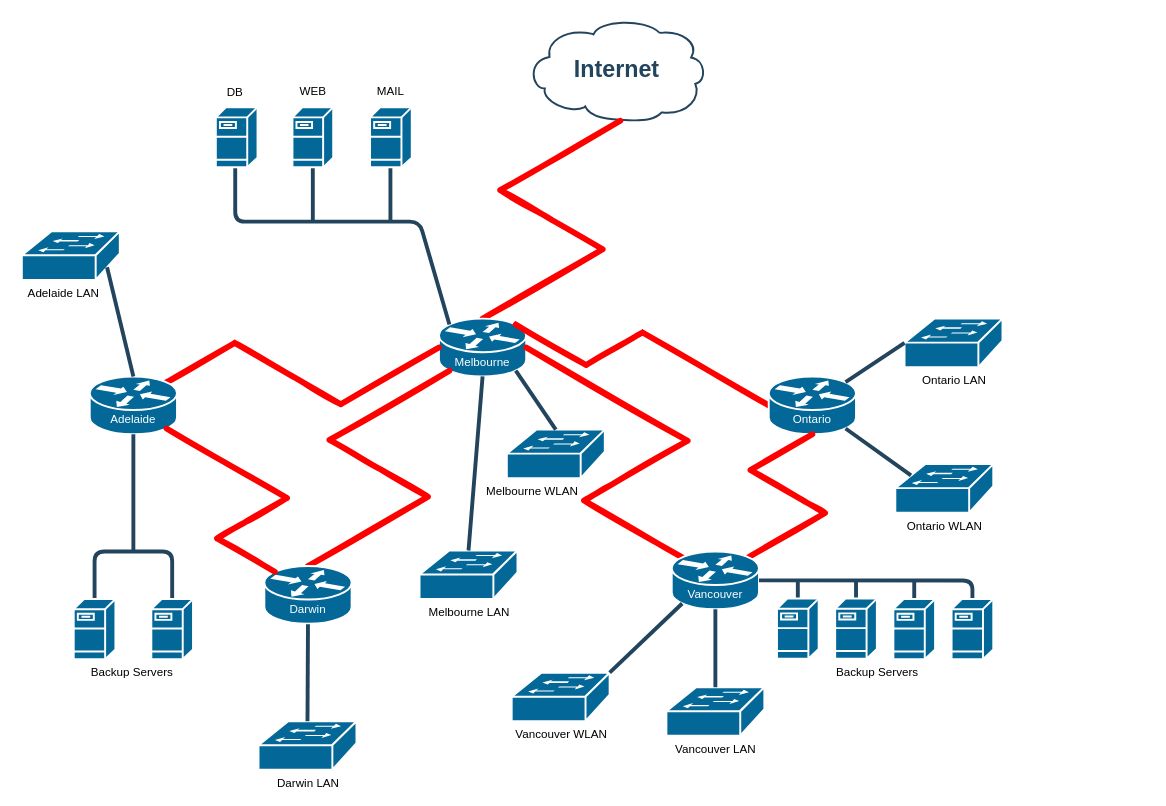
The draw.io diagram Untitled Diagram.drawio in FluffyTrooper2001/flippy-floppy, before the edit. Source tidied: cells renumbered, new cells numbered last; positions are measured from the earlier drawing's top-left corner, leaving out a move shared by most shapes. Both pictures are drawn from the tidied source at 97%, with x=0, y=0 at pixel (21, 17).
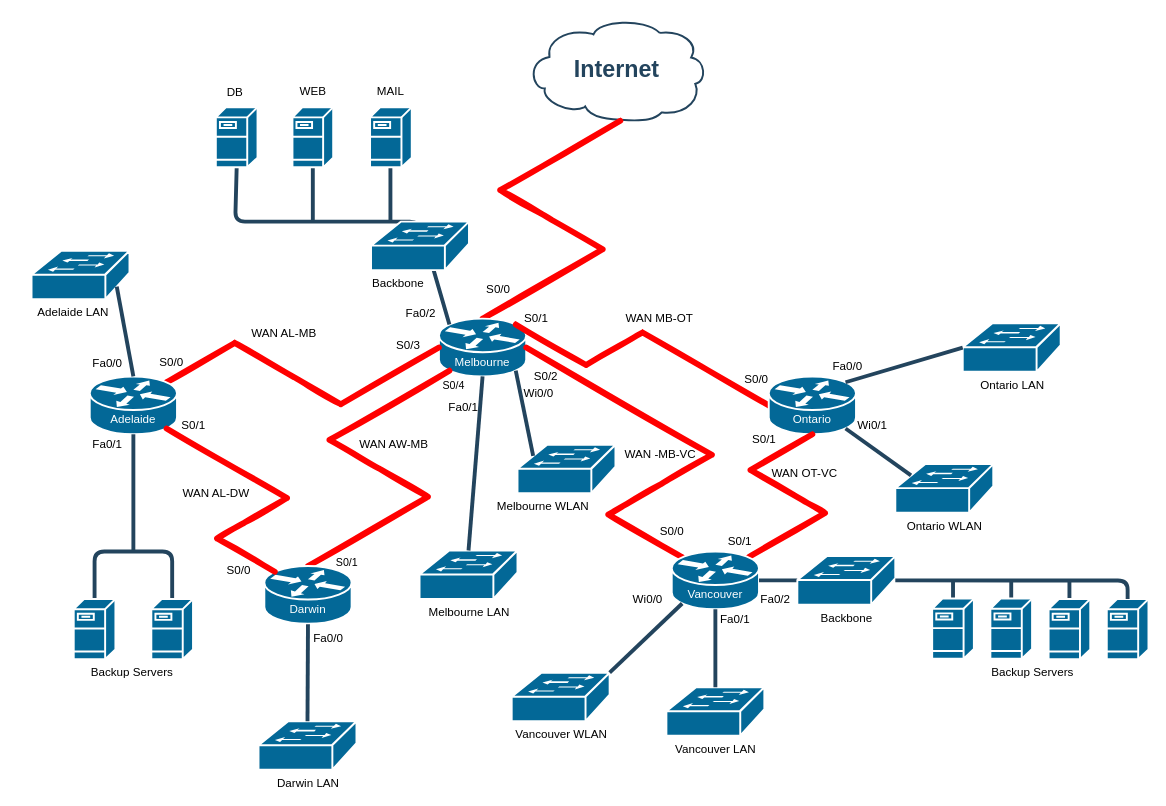
After the change.

Unchanged cells that the change refers to:
```xml
<mxCell id="4" style="shape=mxgraph.cisco.routers.router;html=1;dashed=0;fillColor=#036897;strokeColor=#ffffff;strokeWidth=2;verticalLabelPosition=bottom;verticalAlign=top;align=center;outlineConnect=0;" parent="1" vertex="1">
  <mxGeometry x="430" y="310" width="90" height="59.6" as="geometry" />
</mxCell>
<mxCell id="9" style="shape=mxgraph.cisco.routers.router;html=1;dashed=0;fillColor=#036897;strokeColor=#ffffff;strokeWidth=2;verticalLabelPosition=bottom;verticalAlign=top;align=center;outlineConnect=0;" parent="1" vertex="1">
  <mxGeometry x="670" y="550" width="90" height="59.6" as="geometry" />
</mxCell>
<mxCell id="11" style="edgeStyle=isometricEdgeStyle;rounded=0;jettySize=auto;html=1;strokeColor=#FF0000;strokeWidth=6;endArrow=none;endFill=0;sketch=1;entryX=0.12;entryY=0.9;entryDx=0;entryDy=0;entryPerimeter=0;exitX=0.5;exitY=0;exitDx=0;exitDy=0;exitPerimeter=0;" parent="1" edge="1" source="20" target="4">
  <mxGeometry relative="1" as="geometry" />
</mxCell>
<mxCell id="29" style="shape=mxgraph.cisco.servers.fileserver;html=1;dashed=0;fillColor=#036897;strokeColor=#ffffff;strokeWidth=2;verticalLabelPosition=bottom;verticalAlign=top;align=center;outlineConnect=0;" parent="1" vertex="1">
  <mxGeometry x="200" y="92" width="43" height="62" as="geometry" />
</mxCell>
```

The edit, as a diff of the source:
```diff
@@
     <mxCell id="7" style="edgeStyle=isometricEdgeStyle;rounded=0;jettySize=auto;html=1;strokeColor=#FF0000;strokeWidth=6;endArrow=none;endFill=0;sketch=1;elbow=vertical;entryX=1;entryY=0.5;entryDx=0;entryDy=0;entryPerimeter=0;exitX=0.12;exitY=0.1;exitDx=0;exitDy=0;exitPerimeter=0;" parent="1" edge="1" source="9" target="4">
       <mxGeometry relative="1" as="geometry">
         <Array as="points">
-          <mxPoint x="610" y="480" />
+          <mxPoint x="660" y="480" />
         </Array>
       </mxGeometry>
     </mxCell>
@@
+    <mxCell id="57" value="S0/4" style="edgeLabel;html=1;align=center;verticalAlign=middle;fontColor=#000000;" parent="11" vertex="1">
+      <mxGeometry x="0.86" y="-10" relative="1" as="geometry">
+        <mxPoint x="23" y="-8" as="offset" />
+      </mxGeometry>
+    </mxCell>
+    <mxCell id="58" value="S0/1" style="edgeLabel;html=1;align=center;verticalAlign=middle;fontColor=#000000;" parent="11" vertex="1">
+      <mxGeometry x="-0.8" y="-10" relative="1" as="geometry">
+        <mxPoint y="7" as="offset" />
+      </mxGeometry>
+    </mxCell>
-    <mxCell id="12" style="elbow=horizontal;endArrow=none;html=1;strokeColor=#23445D;endFill=0;strokeWidth=4;rounded=1;entryX=0.12;entryY=0.1;entryDx=0;entryDy=0;entryPerimeter=0;" parent="1" edge="1" target="4">
+    <mxCell id="12" style="elbow=horizontal;endArrow=none;html=1;strokeColor=#23445D;endFill=0;strokeWidth=4;rounded=1;entryX=0.12;entryY=0.1;entryDx=0;entryDy=0;entryPerimeter=0;startArrow=none;exitX=0.5;exitY=1;exitDx=0;exitDy=0;exitPerimeter=0;" parent="1" edge="1" source="29" target="4">
       <mxGeometry relative="1" as="geometry">
-        <mxPoint x="220" y="150" as="sourcePoint" />
         <Array as="points">
           <mxPoint x="220" y="210" />
           <mxPoint x="410" y="210" />
         </Array>
       </mxGeometry>
     </mxCell>
@@
-    <mxCell id="25" style="elbow=horizontal;endArrow=none;html=1;strokeColor=#23445D;endFill=0;strokeWidth=4;rounded=1;entryX=1;entryY=0.5;entryDx=0;entryDy=0;entryPerimeter=0;fontColor=#FFFFFF;" parent="1" edge="1" source="37" target="9">
-      <mxGeometry relative="1" as="geometry">
-        <Array as="points">
-          <mxPoint x="980" y="580" />
-        </Array>
-      </mxGeometry>
+    <mxCell id="25" style="elbow=horizontal;endArrow=none;html=1;strokeColor=#23445D;endFill=0;strokeWidth=4;rounded=1;entryX=1;entryY=0.5;entryDx=0;entryDy=0;entryPerimeter=0;fontColor=#FFFFFF;startArrow=none;" parent="1" edge="1" source="62" target="9">
+      <mxGeometry relative="1" as="geometry" />
     </mxCell>
     <mxCell id="26" style="elbow=horizontal;endArrow=none;html=1;strokeColor=#23445D;endFill=0;strokeWidth=4;rounded=1;fontColor=#FFFFFF;" parent="1" edge="1" source="38">
       <mxGeometry relative="1" as="geometry">
-        <mxPoint x="920" y="580" as="targetPoint" />
+        <mxPoint x="1080" y="580" as="targetPoint" />
       </mxGeometry>
     </mxCell>
     <mxCell id="27" style="elbow=horizontal;endArrow=none;html=1;strokeColor=#23445D;endFill=0;strokeWidth=4;rounded=1;fontColor=#FFFFFF;" parent="1" edge="1" source="39">
       <mxGeometry relative="1" as="geometry">
-        <mxPoint x="860" y="579.6" as="targetPoint" />
+        <mxPoint x="1020" y="579.6" as="targetPoint" />
       </mxGeometry>
     </mxCell>
     <mxCell id="28" style="elbow=horizontal;endArrow=none;html=1;strokeColor=#23445D;endFill=0;strokeWidth=4;rounded=1;fontColor=#FFFFFF;" parent="1" edge="1" source="40">
       <mxGeometry relative="1" as="geometry">
-        <mxPoint x="800" y="579.6" as="targetPoint" />
+        <mxPoint x="960" y="579.6" as="targetPoint" />
       </mxGeometry>
     </mxCell>
@@
     <mxCell id="37" style="shape=mxgraph.cisco.servers.fileserver;html=1;dashed=0;fillColor=#036897;strokeColor=#ffffff;strokeWidth=2;verticalLabelPosition=bottom;verticalAlign=top;align=center;outlineConnect=0;fontColor=#000000;" parent="1" vertex="1">
-      <mxGeometry x="958.5" y="599" width="43" height="62" as="geometry" />
+      <mxGeometry x="1118.5" y="599" width="43" height="62" as="geometry" />
     </mxCell>
     <mxCell id="38" style="shape=mxgraph.cisco.servers.fileserver;html=1;dashed=0;fillColor=#036897;strokeColor=#ffffff;strokeWidth=2;verticalLabelPosition=bottom;verticalAlign=top;align=center;outlineConnect=0;fontColor=#000000;" parent="1" vertex="1">
-      <mxGeometry x="898.5" y="599" width="43" height="62" as="geometry" />
+      <mxGeometry x="1058.5" y="599" width="43" height="62" as="geometry" />
     </mxCell>
     <mxCell id="39" value="&amp;nbsp; &amp;nbsp; &amp;nbsp; &amp;nbsp; &amp;nbsp; &amp;nbsp; &amp;nbsp;Backup Servers" style="shape=mxgraph.cisco.servers.fileserver;html=1;dashed=0;fillColor=#036897;strokeColor=#ffffff;strokeWidth=2;verticalLabelPosition=bottom;verticalAlign=top;align=center;outlineConnect=0;fontColor=#000000;" parent="1" vertex="1">
-      <mxGeometry x="838.5" y="598.6" width="43" height="62" as="geometry" />
+      <mxGeometry x="998.5" y="598.6" width="43" height="62" as="geometry" />
     </mxCell>
     <mxCell id="40" style="shape=mxgraph.cisco.servers.fileserver;html=1;dashed=0;fillColor=#036897;strokeColor=#ffffff;strokeWidth=2;verticalLabelPosition=bottom;verticalAlign=top;align=center;outlineConnect=0;fontColor=#000000;" parent="1" vertex="1">
-      <mxGeometry x="778.5" y="598.6" width="43" height="62" as="geometry" />
+      <mxGeometry x="938.5" y="598.6" width="43" height="62" as="geometry" />
     </mxCell>
@@
     <mxCell id="43" value="Melbourne WLAN&amp;nbsp; &amp;nbsp; &amp;nbsp; &amp;nbsp; &amp;nbsp; &amp;nbsp; &amp;nbsp; &amp;nbsp;" style="shape=mxgraph.cisco.switches.workgroup_switch;html=1;dashed=0;fillColor=#036897;strokeColor=#ffffff;strokeWidth=2;verticalLabelPosition=bottom;verticalAlign=top;align=center;outlineConnect=0;fontColor=#000000;" parent="1" vertex="1">
-      <mxGeometry x="500" y="424.4" width="101" height="50" as="geometry" />
+      <mxGeometry x="511" y="440" width="101" height="50" as="geometry" />
     </mxCell>
-    <mxCell id="44" style="elbow=horizontal;endArrow=none;html=1;strokeColor=#23445D;endFill=0;strokeWidth=4;rounded=1;fontColor=#000000;exitX=0.5;exitY=0;exitDx=0;exitDy=0;exitPerimeter=0;entryX=0.88;entryY=0.9;entryDx=0;entryDy=0;entryPerimeter=0;" parent="1" edge="1" source="43" target="4">
+    <mxCell id="44" style="elbow=horizontal;endArrow=none;html=1;strokeColor=#23445D;endFill=0;strokeWidth=4;rounded=1;fontColor=#000000;exitX=0.16;exitY=0.23;exitDx=0;exitDy=0;exitPerimeter=0;entryX=0.88;entryY=0.9;entryDx=0;entryDy=0;entryPerimeter=0;" parent="1" edge="1" source="43" target="4">
       <mxGeometry relative="1" as="geometry" />
     </mxCell>
     <mxCell id="45" value="Adelaide LAN&amp;nbsp; &amp;nbsp; &amp;nbsp;" style="shape=mxgraph.cisco.switches.workgroup_switch;html=1;dashed=0;fillColor=#036897;strokeColor=#ffffff;strokeWidth=2;verticalLabelPosition=bottom;verticalAlign=top;align=center;outlineConnect=0;fontColor=#000000;" parent="1" vertex="1">
-      <mxGeometry y="220" width="101" height="50" as="geometry" />
+      <mxGeometry x="10" y="240" width="101" height="50" as="geometry" />
     </mxCell>
@@
     <mxCell id="53" value="Ontario LAN" style="shape=mxgraph.cisco.switches.workgroup_switch;html=1;dashed=0;fillColor=#036897;strokeColor=#ffffff;strokeWidth=2;verticalLabelPosition=bottom;verticalAlign=top;align=center;outlineConnect=0;fontColor=#000000;labelPosition=center;" parent="1" vertex="1">
-      <mxGeometry x="910" y="310" width="101" height="50" as="geometry" />
+      <mxGeometry x="970" y="314.8" width="101" height="50" as="geometry" />
     </mxCell>
@@
+    <mxCell id="59" value="S0/0" style="text;html=1;align=center;verticalAlign=middle;strokeColor=none;fillColor=none;fontColor=#000000;" parent="1" vertex="1">
+      <mxGeometry x="471" y="270" width="40" height="20" as="geometry" />
+    </mxCell>
+    <mxCell id="60" value="S0/1" style="text;html=1;align=center;verticalAlign=middle;strokeColor=none;fillColor=none;fontColor=#000000;" parent="1" vertex="1">
+      <mxGeometry x="510" y="300" width="40" height="20" as="geometry" />
+    </mxCell>
+    <mxCell id="61" value="S0/2" style="text;html=1;align=center;verticalAlign=middle;strokeColor=none;fillColor=none;fontColor=#000000;" parent="1" vertex="1">
+      <mxGeometry x="520" y="360" width="40" height="20" as="geometry" />
+    </mxCell>
+    <mxCell id="62" value="Backbone" style="shape=mxgraph.cisco.switches.workgroup_switch;html=1;dashed=0;fillColor=#036897;strokeColor=#ffffff;strokeWidth=2;verticalLabelPosition=bottom;verticalAlign=top;align=center;outlineConnect=0;fontColor=#000000;" parent="1" vertex="1">
+      <mxGeometry x="799.5" y="554.8" width="101" height="50" as="geometry" />
+    </mxCell>
+    <mxCell id="63" style="elbow=horizontal;endArrow=none;html=1;strokeColor=#23445D;endFill=0;strokeWidth=4;rounded=1;entryX=1;entryY=0.5;entryDx=0;entryDy=0;entryPerimeter=0;fontColor=#FFFFFF;" parent="1" edge="1" source="37" target="62">
+      <mxGeometry relative="1" as="geometry">
+        <Array as="points">
+          <mxPoint x="1140" y="580" />
+        </Array>
+      </mxGeometry>
+    </mxCell>
+    <mxCell id="64" value="Backbone&amp;nbsp; &amp;nbsp; &amp;nbsp; &amp;nbsp; &amp;nbsp; &amp;nbsp; &amp;nbsp;&amp;nbsp;" style="shape=mxgraph.cisco.switches.workgroup_switch;html=1;dashed=0;fillColor=#036897;strokeColor=#ffffff;strokeWidth=2;verticalLabelPosition=bottom;verticalAlign=top;align=center;fontColor=#000000;" parent="1" vertex="1">
+      <mxGeometry x="360" y="210" width="101" height="50" as="geometry" />
+    </mxCell>
+    <mxCell id="65" value="Fa0/2" style="text;html=1;align=center;verticalAlign=middle;strokeColor=none;fillColor=none;fontColor=#000000;" parent="1" vertex="1">
+      <mxGeometry x="385.5" y="294.8" width="50" height="20" as="geometry" />
+    </mxCell>
+    <mxCell id="66" value="S0/3" style="text;html=1;align=center;verticalAlign=middle;strokeColor=none;fillColor=none;fontColor=#000000;" parent="1" vertex="1">
+      <mxGeometry x="378" y="328" width="40" height="20" as="geometry" />
+    </mxCell>
+    <mxCell id="67" value="Wi0/0" style="text;html=1;strokeColor=none;fillColor=none;align=center;verticalAlign=middle;whiteSpace=wrap;rounded=0;fontColor=#000000;" parent="1" vertex="1">
+      <mxGeometry x="503" y="371.6" width="60" height="30" as="geometry" />
+    </mxCell>
+    <mxCell id="68" value="Fa0/1" style="text;html=1;align=center;verticalAlign=middle;strokeColor=none;fillColor=none;fontColor=#000000;" parent="1" vertex="1">
+      <mxGeometry x="430" y="392" width="50" height="20" as="geometry" />
+    </mxCell>
+    <mxCell id="69" value="WAN MB-OT" style="text;html=1;align=center;verticalAlign=middle;strokeColor=none;fillColor=none;fontColor=#000000;" parent="1" vertex="1">
+      <mxGeometry x="612" y="300" width="90" height="20" as="geometry" />
+    </mxCell>
+    <mxCell id="70" value="WAN -MB-VC" style="text;html=1;align=center;verticalAlign=middle;strokeColor=none;fillColor=none;fontColor=#000000;" parent="1" vertex="1">
+      <mxGeometry x="613" y="440" width="90" height="20" as="geometry" />
+    </mxCell>
+    <mxCell id="71" value="&amp;nbsp; &amp;nbsp; &amp;nbsp; &amp;nbsp; &amp;nbsp; WAN OT-VC" style="text;html=1;align=center;verticalAlign=middle;strokeColor=none;fillColor=none;fontColor=#000000;" parent="1" vertex="1">
+      <mxGeometry x="730" y="460" width="120" height="20" as="geometry" />
+    </mxCell>
+    <mxCell id="72" value="WAN AL-MB" style="text;html=1;align=center;verticalAlign=middle;strokeColor=none;fillColor=none;fontColor=#000000;" parent="1" vertex="1">
+      <mxGeometry x="230" y="314.8" width="80" height="20" as="geometry" />
+    </mxCell>
+    <mxCell id="73" value="WAN AL-DW" style="text;html=1;align=center;verticalAlign=middle;strokeColor=none;fillColor=none;fontColor=#000000;" parent="1" vertex="1">
+      <mxGeometry x="160" y="480" width="80" height="20" as="geometry" />
+    </mxCell>
+    <mxCell id="74" value="&amp;nbsp; &amp;nbsp; &amp;nbsp; &amp;nbsp; &amp;nbsp; &amp;nbsp; &amp;nbsp; WAN AW-MB" style="text;html=1;align=center;verticalAlign=middle;strokeColor=none;fillColor=none;fontColor=#000000;" parent="1" vertex="1">
+      <mxGeometry x="295" y="430" width="130" height="20" as="geometry" />
+    </mxCell>
+    <mxCell id="75" value="Fa0/0" style="text;html=1;align=center;verticalAlign=middle;strokeColor=none;fillColor=none;fontColor=#000000;" parent="1" vertex="1">
+      <mxGeometry x="63" y="346" width="50" height="20" as="geometry" />
+    </mxCell>
+    <mxCell id="76" value="Fa0/1" style="text;html=1;align=center;verticalAlign=middle;strokeColor=none;fillColor=none;fontColor=#000000;" parent="1" vertex="1">
+      <mxGeometry x="63" y="430" width="50" height="20" as="geometry" />
+    </mxCell>
+    <mxCell id="77" value="S0/0" style="text;html=1;align=center;verticalAlign=middle;strokeColor=none;fillColor=none;fontColor=#000000;" parent="1" vertex="1">
+      <mxGeometry x="133.5" y="344.6" width="40" height="20" as="geometry" />
+    </mxCell>
+    <mxCell id="78" value="&amp;nbsp; &amp;nbsp; S0/1" style="text;html=1;align=center;verticalAlign=middle;strokeColor=none;fillColor=none;fontColor=#000000;" parent="1" vertex="1">
+      <mxGeometry x="145" y="410" width="50" height="20" as="geometry" />
+    </mxCell>
+    <mxCell id="79" value="&amp;nbsp; S0/0" style="text;html=1;align=center;verticalAlign=middle;strokeColor=none;fillColor=none;fontColor=#000000;" parent="1" vertex="1">
+      <mxGeometry x="195" y="560" width="50" height="20" as="geometry" />
+    </mxCell>
+    <mxCell id="80" value="&amp;nbsp; &amp;nbsp; Fa0/0" style="text;html=1;align=center;verticalAlign=middle;strokeColor=none;fillColor=none;fontColor=#000000;" parent="1" vertex="1">
+      <mxGeometry x="279" y="630" width="60" height="20" as="geometry" />
+    </mxCell>
+    <mxCell id="81" value="S0/0" style="text;html=1;align=center;verticalAlign=middle;strokeColor=none;fillColor=none;fontColor=#000000;" parent="1" vertex="1">
+      <mxGeometry x="737" y="363" width="40" height="20" as="geometry" />
+    </mxCell>
+    <mxCell id="82" value="Fa0/0" style="text;html=1;align=center;verticalAlign=middle;strokeColor=none;fillColor=none;fontColor=#000000;" parent="1" vertex="1">
+      <mxGeometry x="826" y="349" width="50" height="20" as="geometry" />
+    </mxCell>
+    <mxCell id="83" value="S0/1" style="text;html=1;align=center;verticalAlign=middle;strokeColor=none;fillColor=none;fontColor=#000000;" parent="1" vertex="1">
+      <mxGeometry x="745" y="425" width="40" height="20" as="geometry" />
+    </mxCell>
+    <mxCell id="84" value="&amp;nbsp; &amp;nbsp; Wi0/1" style="text;html=1;align=center;verticalAlign=middle;strokeColor=none;fillColor=none;fontColor=#000000;" parent="1" vertex="1">
+      <mxGeometry x="840" y="410" width="60" height="20" as="geometry" />
+    </mxCell>
+    <mxCell id="85" value="S0/0" style="text;html=1;align=center;verticalAlign=middle;strokeColor=none;fillColor=none;fontColor=#000000;" parent="1" vertex="1">
+      <mxGeometry x="650" y="520" width="40" height="20" as="geometry" />
+    </mxCell>
+    <mxCell id="86" value="S0/1" style="text;html=1;align=center;verticalAlign=middle;strokeColor=none;fillColor=none;fontColor=#000000;" parent="1" vertex="1">
+      <mxGeometry x="720" y="530" width="40" height="20" as="geometry" />
+    </mxCell>
+    <mxCell id="87" value="&amp;nbsp; &amp;nbsp; Fa0/2" style="text;html=1;align=center;verticalAlign=middle;strokeColor=none;fillColor=none;fontColor=#000000;" parent="1" vertex="1">
+      <mxGeometry x="740" y="590" width="60" height="20" as="geometry" />
+    </mxCell>
+    <mxCell id="88" value="&amp;nbsp; &amp;nbsp;Fa0/1" style="text;html=1;align=center;verticalAlign=middle;strokeColor=none;fillColor=none;fontColor=#000000;" parent="1" vertex="1">
+      <mxGeometry x="700" y="610" width="60" height="20" as="geometry" />
+    </mxCell>
+    <mxCell id="89" value="Wi0/0" style="text;html=1;align=center;verticalAlign=middle;strokeColor=none;fillColor=none;fontColor=#000000;" parent="1" vertex="1">
+      <mxGeometry x="620" y="590" width="50" height="20" as="geometry" />
+    </mxCell>
```
